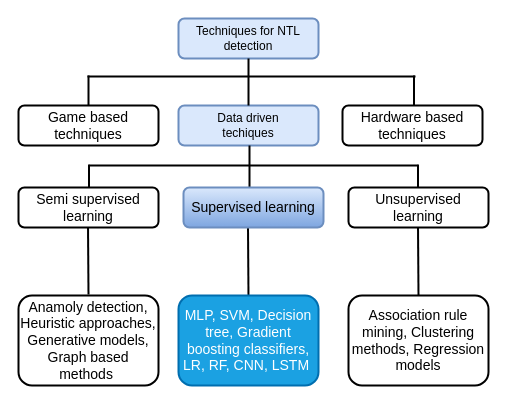
Above: Conference paper.drawio in Faisalse/j1_smartgrid (draw.io), before the change. Source tidied: cells renumbered, new cells numbered last; positions are measured from the earlier drawing's top-left corner, leaving out a move shared by most shapes. Both pictures are drawn from the tidied source at 100%, with x=0, y=0 at pixel (18, 18).
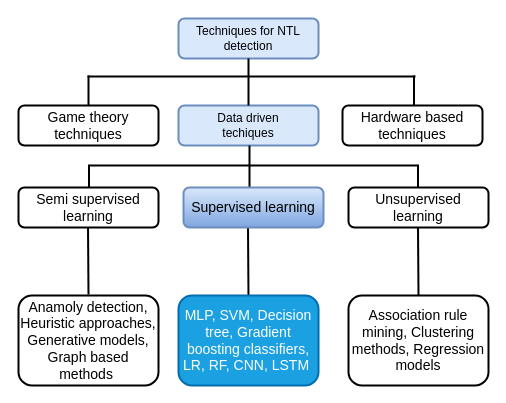
After the change.

The change refers to these unchanged cells:
```xml
<mxCell id="2" style="group;" parent="1" vertex="1">
  <mxGeometry width="470" height="367" as="geometry" />
</mxCell>
```

The edit, as a diff of the source:
```diff
@@
-    <mxCell id="9" value="&lt;span style=&quot;font-size: 14px&quot;&gt;Game based techniques&lt;/span&gt;" style="rounded=1;whiteSpace=wrap;html=1;strokeWidth=2;" parent="2" vertex="1">
+    <mxCell id="9" value="&lt;span style=&quot;font-size: 14px&quot;&gt;Game theory techniques&lt;/span&gt;" style="rounded=1;whiteSpace=wrap;html=1;strokeWidth=2;" parent="2" vertex="1">
       <mxGeometry y="87" width="140" height="40" as="geometry" />
     </mxCell>
```
